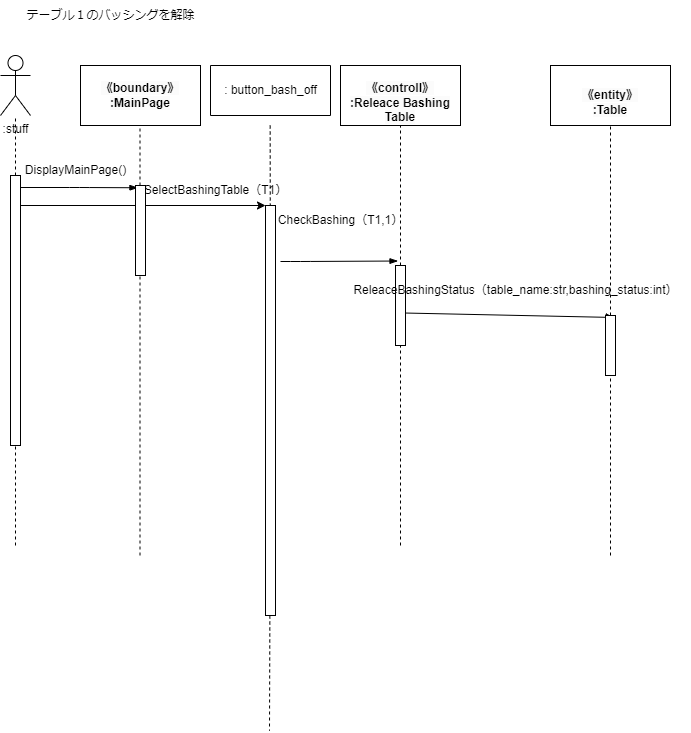
Before: psp4/シーケンス図/シーケンス図_バッシング.drawio.png, a diagram exported from draw.io (MasakiHiguchi/---). Source tidied: cells renumbered, new cells last; positions are measured from the earlier drawing's top-left corner, leaving out a move shared by most shapes.
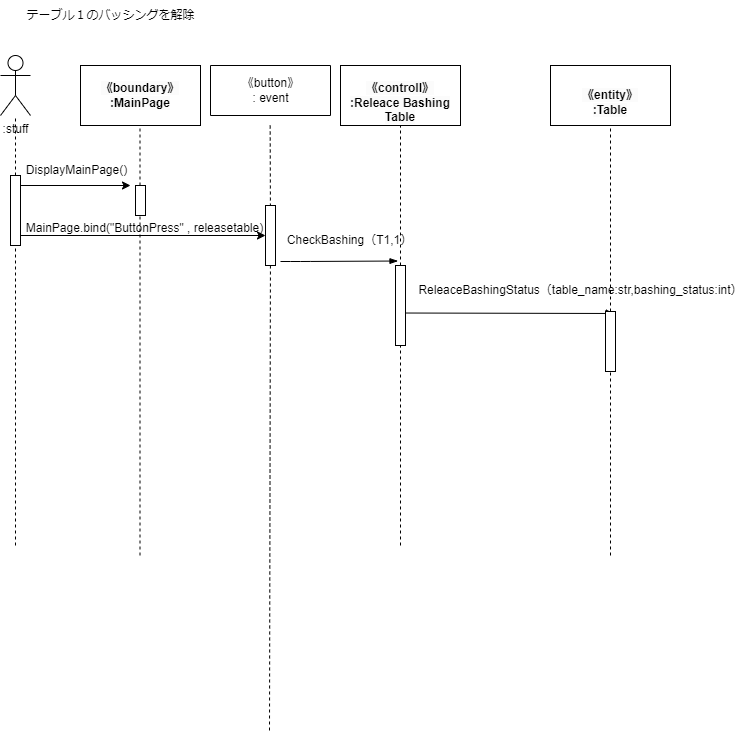
After the commit.

Diff of the diagram source:
```diff
@@ -33,19 +33,17 @@
         <mxPoint x="15" y="545" as="sourcePoint" />
       </mxGeometry>
     </mxCell>
-    <mxCell id="11" style="edgeStyle=none;html=1;entryX=0;entryY=0;entryDx=0;entryDy=0;" parent="1" edge="1" source="12" target="30">
-      <mxGeometry relative="1" as="geometry" />
+    <mxCell id="11" style="edgeStyle=none;html=1;entryX=0;entryY=0;entryDx=0;entryDy=0;" parent="1" edge="1">
+      <mxGeometry relative="1" as="geometry">
+        <mxPoint x="20" y="235" as="sourcePoint" />
+        <mxPoint x="265" y="235" as="targetPoint" />
+      </mxGeometry>
     </mxCell>
     <mxCell id="12" style="html=1;points=[];perimeter=orthogonalPerimeter;" parent="1" vertex="1">
-      <mxGeometry x="10" y="175" width="10" height="270" as="geometry" />
+      <mxGeometry x="10" y="175" width="10" height="70" as="geometry" />
     </mxCell>
-    <mxCell id="13" style="edgeStyle=elbowEdgeStyle;fontSize=12;html=1;endArrow=blockThin;endFill=1;entryX=0.245;entryY=0.025;entryDx=0;entryDy=0;entryPerimeter=0;" parent="1" edge="1" target="16">
-      <mxGeometry relative="1" as="geometry">
-        <mxPoint x="20" y="187" as="sourcePoint" />
-      </mxGeometry>
-    </mxCell>
-    <mxCell id="14" value="&lt;span style=&quot;text-align: left;&quot;&gt;SelectBashingTable（T1）&lt;/span&gt;" style="text;html=1;align=center;verticalAlign=middle;strokeColor=none;fillColor=none;" parent="1" vertex="1">
-      <mxGeometry x="130" y="175" width="170" height="30" as="geometry" />
+    <mxCell id="14" value="&lt;div style=&quot;text-align: left;&quot;&gt;&lt;span style=&quot;background-color: initial;&quot;&gt;MainPage.bind(&quot;ButtonPress&quot; , releasetable)&lt;/span&gt;&lt;/div&gt;" style="text;html=1;align=center;verticalAlign=middle;strokeColor=none;fillColor=none;" parent="1" vertex="1">
+      <mxGeometry x="14" y="213" width="260" height="30" as="geometry" />
     </mxCell>
     <mxCell id="15" style="endArrow=none;dashed=1;html=1;" parent="1" edge="1" target="16">
       <mxGeometry relative="1" as="geometry">
@@ -53,7 +51,7 @@
       </mxGeometry>
     </mxCell>
     <mxCell id="16" style="html=1;points=[];perimeter=orthogonalPerimeter;" parent="1" vertex="1">
-      <mxGeometry x="135" y="185" width="10" height="90" as="geometry" />
+      <mxGeometry x="135" y="185" width="10" height="30" as="geometry" />
     </mxCell>
     <mxCell id="17" style="endArrow=none;dashed=1;html=1;" parent="1" edge="1" target="19">
       <mxGeometry relative="1" as="geometry">
@@ -75,7 +73,7 @@
       </mxGeometry>
     </mxCell>
     <mxCell id="21" value="&lt;span style=&quot;text-align: left;&quot;&gt;CheckBashing（T1,1）&lt;/span&gt;" style="text;html=1;align=center;verticalAlign=middle;strokeColor=none;fillColor=none;" parent="1" vertex="1">
-      <mxGeometry x="265" y="205" width="150" height="30" as="geometry" />
+      <mxGeometry x="274" y="225" width="150" height="30" as="geometry" />
     </mxCell>
     <mxCell id="22" style="endArrow=none;dashed=1;html=1;" parent="1" edge="1" target="23">
       <mxGeometry relative="1" as="geometry">
@@ -83,10 +81,10 @@
       </mxGeometry>
     </mxCell>
     <mxCell id="23" style="html=1;points=[];perimeter=orthogonalPerimeter;" parent="1" vertex="1">
-      <mxGeometry x="605" y="315" width="10" height="60" as="geometry" />
+      <mxGeometry x="605" y="311" width="10" height="60" as="geometry" />
     </mxCell>
     <mxCell id="24" value="&lt;span style=&quot;text-align: left;&quot;&gt;ReleaceBashingStatus（table_name:str,bashing_status:int）&lt;/span&gt;" style="text;html=1;align=center;verticalAlign=middle;strokeColor=none;fillColor=none;" parent="1" vertex="1">
-      <mxGeometry x="340" y="275" width="350" height="30" as="geometry" />
+      <mxGeometry x="405" y="275" width="350" height="30" as="geometry" />
     </mxCell>
     <mxCell id="25" value="テーブル１のバッシングを解除" style="text;html=1;align=center;verticalAlign=middle;strokeColor=none;fillColor=none;" parent="1" vertex="1">
       <mxGeometry x="15" width="190" height="30" as="geometry" />
@@ -99,8 +97,8 @@
     <mxCell id="27" style="swimlane;startSize=0;" parent="1" vertex="1">
       <mxGeometry x="210" y="65" width="120" height="50" as="geometry" />
     </mxCell>
-    <mxCell id="28" value=": button_bash_off" style="text;html=1;align=center;verticalAlign=middle;strokeColor=none;fillColor=none;" parent="27" vertex="1">
-      <mxGeometry y="10" width="120" height="30" as="geometry" />
+    <mxCell id="28" value="《button》&lt;br&gt;: event" style="text;html=1;align=center;verticalAlign=middle;strokeColor=none;fillColor=none;" parent="27" vertex="1">
+      <mxGeometry x="20" y="5" width="80" height="40" as="geometry" />
     </mxCell>
     <mxCell id="29" style="edgeStyle=none;html=1;endArrow=none;endFill=0;dashed=1;" parent="1" edge="1" target="30">
       <mxGeometry relative="1" as="geometry">
@@ -108,10 +106,16 @@
       </mxGeometry>
     </mxCell>
     <mxCell id="30" style="rounded=0;whiteSpace=wrap;html=1;" parent="1" vertex="1">
-      <mxGeometry x="265" y="205" width="10" height="410" as="geometry" />
+      <mxGeometry x="265" y="205" width="10" height="60" as="geometry" />
     </mxCell>
     <mxCell id="31" value="DisplayMainPage()" style="text;html=1;align=center;verticalAlign=middle;strokeColor=none;fillColor=none;" parent="1" vertex="1">
-      <mxGeometry x="15" y="155" width="120" height="30" as="geometry" />
+      <mxGeometry x="16" y="155" width="120" height="30" as="geometry" />
     </mxCell>
+    <mxCell id="32" style="edgeStyle=none;html=1;" parent="1" edge="1">
+      <mxGeometry relative="1" as="geometry">
+        <mxPoint x="20" y="185" as="sourcePoint" />
+        <mxPoint x="130" y="185" as="targetPoint" />
+      </mxGeometry>
+    </mxCell>
   </root>
 </mxGraphModel>
```
